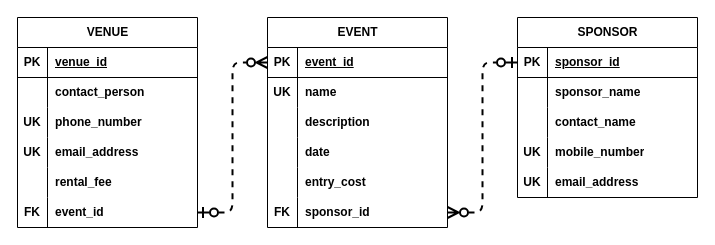
Before: page "P0203c" (3 of 3) of relational-database-design/chapter2/P0203.drawio in qichendev/assignments, a draw.io diagram. Source tidied: cells renumbered, new cells numbered last; positions are measured from the earlier drawing's top-left corner, leaving out a move shared by most shapes. Both pictures are drawn from the tidied source at 100%, with x=0, y=0 at pixel (17, 17).
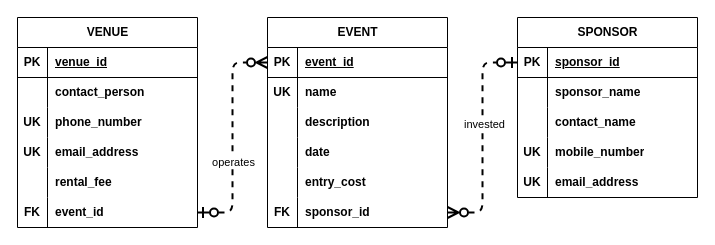
The same diagram, later.

The change refers to these unchanged cells:
```xml
<mxCell id="56" style="edgeStyle=elbowEdgeStyle;fontSize=12;html=1;endArrow=ERzeroToMany;startArrow=ERzeroToOne;rounded=1;endSize=8;startSize=8;strokeWidth=2;dashed=1;jumpStyle=none;curved=0;entryX=0;entryY=0.5;entryDx=0;entryDy=0;exitX=1;exitY=0.5;exitDx=0;exitDy=0;startFill=0;endFill=0;" parent="1" edge="1" source="37" target="3">
  <mxGeometry relative="1" as="geometry" />
</mxCell>
<mxCell id="57" style="edgeStyle=elbowEdgeStyle;fontSize=12;html=1;endArrow=ERzeroToOne;startArrow=ERzeroToMany;rounded=1;endSize=8;startSize=8;strokeWidth=2;dashed=1;jumpStyle=none;curved=0;entryX=0;entryY=0.5;entryDx=0;entryDy=0;exitX=1;exitY=0.5;exitDx=0;exitDy=0;startFill=0;endFill=0;" parent="1" edge="1" source="18" target="41">
  <mxGeometry relative="1" as="geometry" />
</mxCell>
```

What changed in the source:
```diff
@@
+    <mxCell id="58" value="operates" style="edgeLabel;html=1;align=center;verticalAlign=middle;" parent="56" vertex="1">
+      <mxGeometry x="-0.22" relative="1" as="geometry" />
+    </mxCell>
@@
+    <mxCell id="59" value="invested" style="edgeLabel;html=1;align=center;verticalAlign=middle;" parent="57" vertex="1">
+      <mxGeometry x="0.13" y="-1" relative="1" as="geometry" />
+    </mxCell>
```
